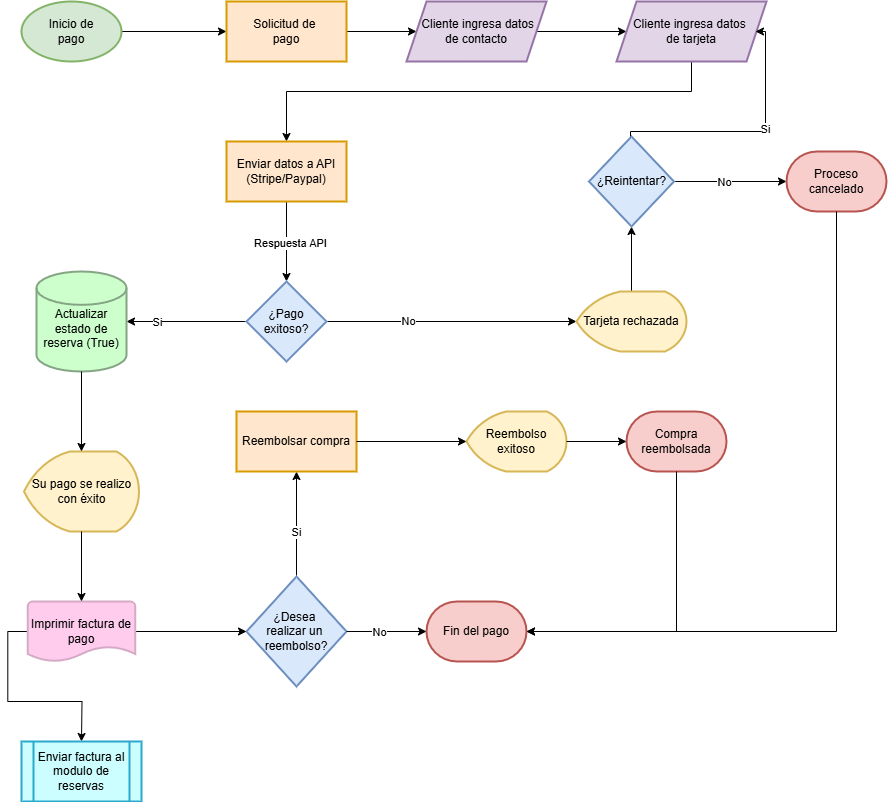
Before: Flujograma de pago.png, a diagram exported from draw.io (DjGuetta/App-Hotel-Management). Source tidied: cells renumbered, new cells last; positions are measured from the earlier drawing's top-left corner, leaving out a move shared by most shapes.
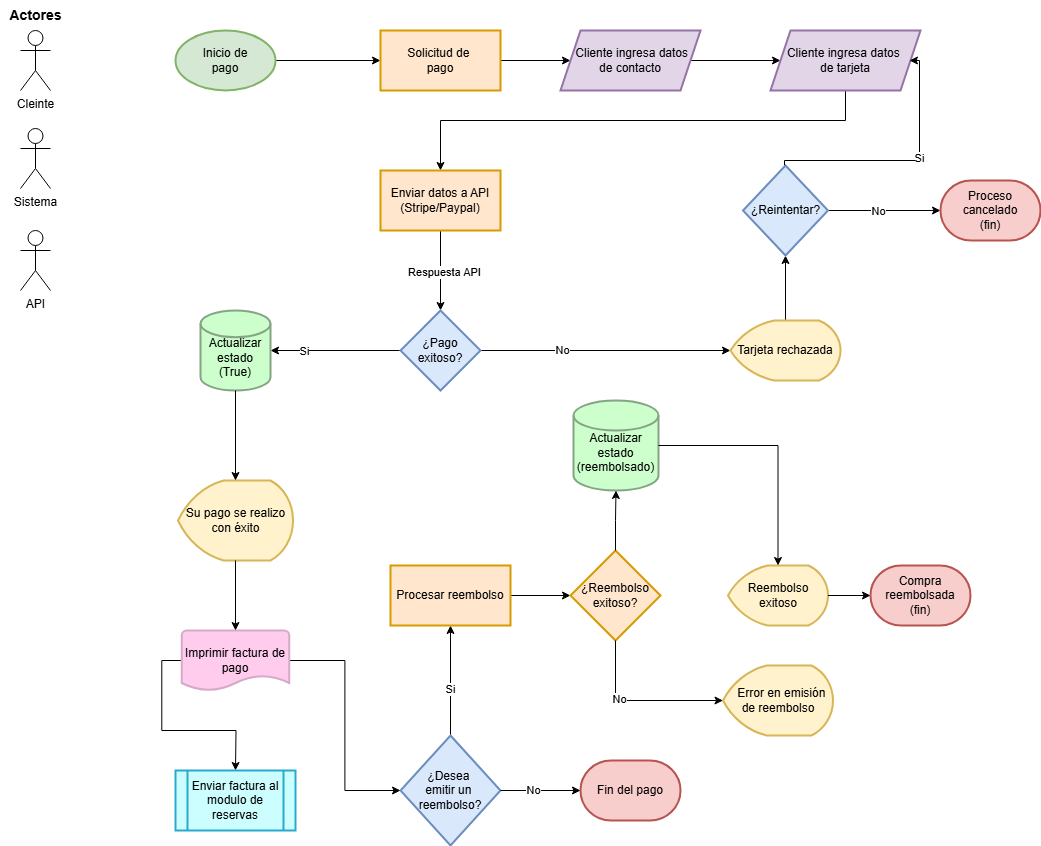
The same file after the commit.

Commit message:
Corrección de datos en reembolso, pago y actores principales

Diff of the diagram source:
```diff
@@ -52,8 +52,8 @@
     <mxCell id="16" value="No" style="edgeLabel;html=1;align=center;verticalAlign=middle;" parent="15" vertex="1">
       <mxGeometry x="-0.35" y="1" relative="1" as="geometry" />
     </mxCell>
-    <mxCell id="17" value="&lt;div&gt;&lt;br&gt;&lt;/div&gt;&lt;div&gt;&lt;span style=&quot;background-color: transparent; color: light-dark(rgb(0, 0, 0), rgb(255, 255, 255));&quot;&gt;Actualizar estado de reserva (True)&lt;/span&gt;&lt;/div&gt;" style="strokeWidth=2;html=1;shape=mxgraph.flowchart.database;whiteSpace=wrap;fillColor=#CCFFCC;strokeColor=#84A484;" parent="1" vertex="1">
-      <mxGeometry x="15" y="270" width="90" height="100" as="geometry" />
+    <mxCell id="17" value="&lt;div&gt;&lt;br&gt;&lt;/div&gt;&lt;div&gt;&lt;span style=&quot;background-color: transparent; color: light-dark(rgb(0, 0, 0), rgb(255, 255, 255));&quot;&gt;Actualizar estado (True)&lt;/span&gt;&lt;/div&gt;" style="strokeWidth=2;html=1;shape=mxgraph.flowchart.database;whiteSpace=wrap;fillColor=#CCFFCC;strokeColor=#84A484;" parent="1" vertex="1">
+      <mxGeometry x="25" y="280" width="70" height="80" as="geometry" />
     </mxCell>
     <mxCell id="18" style="edgeStyle=orthogonalEdgeStyle;rounded=0;jettySize=auto;html=1;" parent="1" edge="1" source="25" target="23">
       <mxGeometry relative="1" as="geometry" />
@@ -103,42 +103,38 @@
     <mxCell id="29" value="Si" style="edgeLabel;html=1;align=center;verticalAlign=middle;" parent="28" vertex="1">
       <mxGeometry x="-0.15" y="1" relative="1" as="geometry" />
     </mxCell>
-    <mxCell id="30" value="¿Desea&amp;nbsp;&lt;div&gt;realizar&amp;nbsp;&lt;span style=&quot;background-color: transparent; color: light-dark(rgb(0, 0, 0), rgb(255, 255, 255));&quot;&gt;un&amp;nbsp;&lt;/span&gt;&lt;div&gt;&lt;span style=&quot;background-color: transparent; color: light-dark(rgb(0, 0, 0), rgb(255, 255, 255));&quot;&gt;reembolso?&lt;/span&gt;&lt;/div&gt;&lt;/div&gt;" style="rhombus;whiteSpace=wrap;html=1;strokeWidth=2;fillColor=#dae8fc;strokeColor=#6c8ebf;" parent="1" vertex="1">
-      <mxGeometry x="225" y="575" width="100" height="110" as="geometry" />
+    <mxCell id="30" value="¿Desea&amp;nbsp;&lt;div&gt;emitir&amp;nbsp;&lt;span style=&quot;background-color: transparent; color: light-dark(rgb(0, 0, 0), rgb(255, 255, 255));&quot;&gt;un&amp;nbsp;&lt;/span&gt;&lt;div&gt;&lt;span style=&quot;background-color: transparent; color: light-dark(rgb(0, 0, 0), rgb(255, 255, 255));&quot;&gt;reembolso?&lt;/span&gt;&lt;/div&gt;&lt;/div&gt;" style="rhombus;whiteSpace=wrap;html=1;strokeWidth=2;fillColor=#dae8fc;strokeColor=#6c8ebf;" parent="1" vertex="1">
+      <mxGeometry x="225" y="705" width="100" height="110" as="geometry" />
     </mxCell>
     <mxCell id="31" value="Fin del pago" style="strokeWidth=2;html=1;shape=mxgraph.flowchart.terminator;whiteSpace=wrap;fillColor=#f8cecc;strokeColor=#b85450;" parent="1" vertex="1">
-      <mxGeometry x="405" y="600" width="100" height="60" as="geometry" />
+      <mxGeometry x="405" y="730" width="100" height="60" as="geometry" />
     </mxCell>
     <mxCell id="32" style="edgeStyle=orthogonalEdgeStyle;rounded=0;jettySize=auto;html=1;exitX=1;exitY=0.5;exitDx=0;exitDy=0;entryX=0;entryY=0.5;entryDx=0;entryDy=0;entryPerimeter=0;" parent="1" edge="1" source="30" target="31">
       <mxGeometry relative="1" as="geometry" />
     </mxCell>
     <mxCell id="33" value="No" style="edgeLabel;html=1;align=center;verticalAlign=middle;" parent="32" vertex="1">
-      <mxGeometry x="-0.2" relative="1" as="geometry" />
+      <mxGeometry x="-0.2" relative="1" as="geometry">
+        <mxPoint y="-1" as="offset" />
+      </mxGeometry>
     </mxCell>
+    <mxCell id="47" style="edgeStyle=orthogonalEdgeStyle;rounded=0;jettySize=auto;html=1;" parent="1" edge="1" source="34" target="52">
+      <mxGeometry relative="1" as="geometry" />
+    </mxCell>
-    <mxCell id="34" value="Reembolsar compra" style="whiteSpace=wrap;html=1;strokeWidth=2;fillColor=#ffe6cc;strokeColor=#d79b00;" parent="1" vertex="1">
-      <mxGeometry x="215" y="410" width="120" height="60" as="geometry" />
+    <mxCell id="34" value="Procesar reembolso" style="whiteSpace=wrap;html=1;strokeWidth=2;fillColor=#ffe6cc;strokeColor=#d79b00;" parent="1" vertex="1">
+      <mxGeometry x="215" y="535" width="120" height="60" as="geometry" />
     </mxCell>
     <mxCell id="35" value="Reembolso exitoso" style="strokeWidth=2;html=1;shape=mxgraph.flowchart.display;whiteSpace=wrap;fillColor=#fff2cc;strokeColor=#d6b656;" parent="1" vertex="1">
-      <mxGeometry x="445" y="410" width="100" height="60" as="geometry" />
+      <mxGeometry x="552.5" y="535" width="100" height="60" as="geometry" />
     </mxCell>
-    <mxCell id="36" style="edgeStyle=orthogonalEdgeStyle;rounded=0;jettySize=auto;html=1;exitX=1;exitY=0.5;exitDx=0;exitDy=0;entryX=0;entryY=0.5;entryDx=0;entryDy=0;entryPerimeter=0;" parent="1" edge="1" source="34" target="35">
-      <mxGeometry relative="1" as="geometry" />
-    </mxCell>
-    <mxCell id="37" value="Proceso cancelado" style="strokeWidth=2;html=1;shape=mxgraph.flowchart.terminator;whiteSpace=wrap;fillColor=#f8cecc;strokeColor=#b85450;" parent="1" vertex="1">
+    <mxCell id="37" value="Proceso cancelado&lt;div&gt;(fin)&lt;/div&gt;" style="strokeWidth=2;html=1;shape=mxgraph.flowchart.terminator;whiteSpace=wrap;fillColor=#f8cecc;strokeColor=#b85450;" parent="1" vertex="1">
       <mxGeometry x="765" y="150" width="100" height="60" as="geometry" />
     </mxCell>
-    <mxCell id="38" value="Compra reembolsada" style="strokeWidth=2;html=1;shape=mxgraph.flowchart.terminator;whiteSpace=wrap;fillColor=#f8cecc;strokeColor=#b85450;" parent="1" vertex="1">
-      <mxGeometry x="605" y="410" width="100" height="60" as="geometry" />
+    <mxCell id="38" value="Compra reembolsada&lt;div&gt;(fin)&lt;/div&gt;" style="strokeWidth=2;html=1;shape=mxgraph.flowchart.terminator;whiteSpace=wrap;fillColor=#f8cecc;strokeColor=#b85450;" parent="1" vertex="1">
+      <mxGeometry x="695" y="535" width="100" height="60" as="geometry" />
     </mxCell>
     <mxCell id="39" style="edgeStyle=orthogonalEdgeStyle;rounded=0;jettySize=auto;html=1;exitX=1;exitY=0.5;exitDx=0;exitDy=0;exitPerimeter=0;entryX=0;entryY=0.5;entryDx=0;entryDy=0;entryPerimeter=0;" parent="1" edge="1" source="35" target="38">
       <mxGeometry relative="1" as="geometry" />
     </mxCell>
-    <mxCell id="40" style="edgeStyle=orthogonalEdgeStyle;rounded=0;jettySize=auto;html=1;exitX=0.5;exitY=1;exitDx=0;exitDy=0;exitPerimeter=0;entryX=1;entryY=0.5;entryDx=0;entryDy=0;entryPerimeter=0;" parent="1" edge="1" source="38" target="31">
-      <mxGeometry relative="1" as="geometry" />
-    </mxCell>
-    <mxCell id="41" style="edgeStyle=orthogonalEdgeStyle;rounded=0;jettySize=auto;html=1;exitX=0.5;exitY=1;exitDx=0;exitDy=0;exitPerimeter=0;entryX=1;entryY=0.5;entryDx=0;entryDy=0;entryPerimeter=0;" parent="1" edge="1" source="37" target="31">
-      <mxGeometry relative="1" as="geometry" />
-    </mxCell>
     <mxCell id="42" style="edgeStyle=orthogonalEdgeStyle;rounded=0;jettySize=auto;html=1;exitX=0;exitY=0.5;exitDx=0;exitDy=0;exitPerimeter=0;entryX=0.5;entryY=0;entryDx=0;entryDy=0;" parent="1" edge="1" source="44">
       <mxGeometry relative="1" as="geometry">
         <mxPoint x="60" y="740" as="targetPoint" />
@@ -156,5 +152,40 @@
     <mxCell id="46" value="Enviar factura al modulo de reservas" style="shape=process;whiteSpace=wrap;html=1;backgroundOutline=1;strokeWidth=2;fillColor=light-dark(#CCFEFF,#50E2FF);strokeColor=#29A9CD;" parent="1" vertex="1">
       <mxGeometry y="740" width="120" height="60" as="geometry" />
     </mxCell>
+    <mxCell id="48" value="Cleinte" style="shape=umlActor;verticalLabelPosition=bottom;verticalAlign=top;html=1;" parent="1" vertex="1">
+      <mxGeometry x="-155" width="30" height="60" as="geometry" />
+    </mxCell>
+    <mxCell id="49" value="Sistema" style="shape=umlActor;verticalLabelPosition=bottom;verticalAlign=top;html=1;" parent="1" vertex="1">
+      <mxGeometry x="-155" y="98" width="30" height="60" as="geometry" />
+    </mxCell>
+    <mxCell id="50" value="API" style="shape=umlActor;verticalLabelPosition=bottom;verticalAlign=top;html=1;" parent="1" vertex="1">
+      <mxGeometry x="-155" y="200" width="30" height="60" as="geometry" />
+    </mxCell>
+    <mxCell id="51" value="Actores" style="text;html=1;align=center;verticalAlign=middle;fontStyle=1;fontSize=14;" parent="1" vertex="1">
+      <mxGeometry x="-175" y="-30" width="70" height="30" as="geometry" />
+    </mxCell>
+    <mxCell id="52" value="¿Reembolso exitoso?" style="rhombus;whiteSpace=wrap;html=1;fillColor=#ffe6cc;strokeColor=#d79b00;strokeWidth=2;" parent="1" vertex="1">
+      <mxGeometry x="395" y="520" width="90" height="90" as="geometry" />
+    </mxCell>
+    <mxCell id="53" value="&amp;nbsp; &amp;nbsp;Error en emisión&amp;nbsp;&lt;div&gt;de reembolso&lt;/div&gt;" style="strokeWidth=2;html=1;shape=mxgraph.flowchart.display;whiteSpace=wrap;fillColor=#fff2cc;strokeColor=#d6b656;" parent="1" vertex="1">
+      <mxGeometry x="547.5" y="635" width="110" height="70" as="geometry" />
+    </mxCell>
+    <mxCell id="54" style="edgeStyle=orthogonalEdgeStyle;rounded=0;jettySize=auto;html=1;exitX=0.5;exitY=1;exitDx=0;exitDy=0;entryX=0;entryY=0.5;entryDx=0;entryDy=0;entryPerimeter=0;" parent="1" edge="1" source="52" target="53">
+      <mxGeometry relative="1" as="geometry" />
+    </mxCell>
+    <mxCell id="55" value="No" style="edgeLabel;html=1;align=center;verticalAlign=middle;" parent="54" vertex="1">
+      <mxGeometry x="-0.15" relative="1" as="geometry">
+        <mxPoint x="-8" y="-2" as="offset" />
+      </mxGeometry>
+    </mxCell>
+    <mxCell id="56" value="&lt;div&gt;&lt;br&gt;&lt;/div&gt;&lt;div&gt;&lt;span style=&quot;background-color: transparent; color: light-dark(rgb(0, 0, 0), rgb(255, 255, 255));&quot;&gt;Actualizar estado&lt;/span&gt;&lt;/div&gt;&lt;div&gt;(reembolsado)&lt;/div&gt;" style="strokeWidth=2;html=1;shape=mxgraph.flowchart.database;whiteSpace=wrap;fillColor=#CCFFCC;strokeColor=#84A484;" parent="1" vertex="1">
+      <mxGeometry x="398" y="370" width="85" height="90" as="geometry" />
+    </mxCell>
+    <mxCell id="57" style="edgeStyle=orthogonalEdgeStyle;rounded=0;jettySize=auto;html=1;exitX=0.5;exitY=0;exitDx=0;exitDy=0;entryX=0.5;entryY=1;entryDx=0;entryDy=0;entryPerimeter=0;" parent="1" edge="1" source="52" target="56">
+      <mxGeometry relative="1" as="geometry" />
+    </mxCell>
+    <mxCell id="58" style="edgeStyle=orthogonalEdgeStyle;rounded=0;jettySize=auto;html=1;exitX=1;exitY=0.5;exitDx=0;exitDy=0;exitPerimeter=0;entryX=0.5;entryY=0;entryDx=0;entryDy=0;entryPerimeter=0;" parent="1" edge="1" source="56" target="35">
+      <mxGeometry relative="1" as="geometry" />
+    </mxCell>
   </root>
 </mxGraphModel>
```
